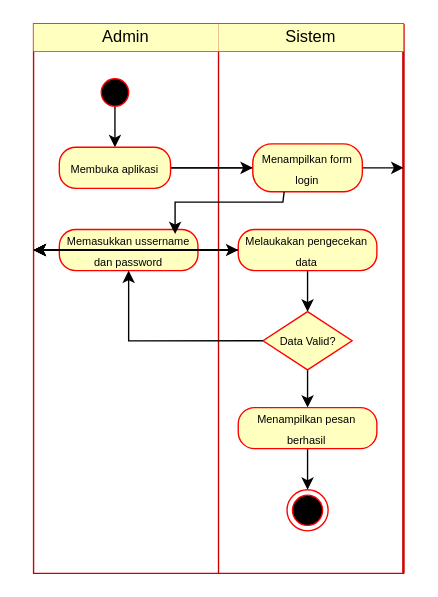
Earlier version of the draw.io diagram usecase.drawio (ocawidiahara/oca-web-pertama). Source tidied: cells renumbered, new cells numbered last; positions are measured from the earlier drawing's top-left corner, leaving out a move shared by most shapes. Both pictures are drawn from the tidied source at 137%, with x=0, y=0 at pixel (33, 23).
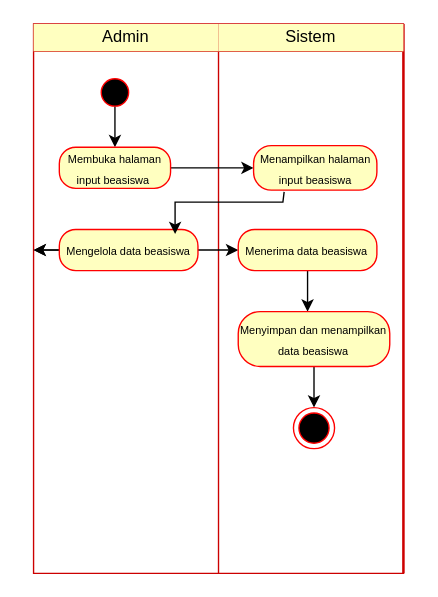
After the change.

Unchanged cells that the change refers to:
```xml
<mxCell id="9" style="whiteSpace=wrap;html=1;fillColor=#ffffc0;strokeColor=#ff0000;fontColor=#000000;rounded=1;arcSize=40;" parent="6" vertex="1">
  <mxGeometry x="270" height="381" as="geometry" />
</mxCell>
<mxCell id="12" style="rhombus;whiteSpace=wrap;html=1;fillColor=#ffffc0;strokeColor=#ff0000;fontColor=#000000;rounded=1;arcSize=40;" parent="6" vertex="1">
  <mxGeometry height="381" as="geometry" />
</mxCell>
<mxCell id="13" style="rhombus;whiteSpace=wrap;html=1;fillColor=#ffffc0;strokeColor=#ff0000;fontColor=#000000;rounded=1;arcSize=40;" parent="6" vertex="1">
  <mxGeometry height="381" as="geometry" />
</mxCell>
<mxCell id="14" style="rhombus;whiteSpace=wrap;html=1;fillColor=#ffffc0;strokeColor=#ff0000;fontColor=#000000;rounded=1;arcSize=40;" parent="6" vertex="1">
  <mxGeometry height="381" as="geometry" />
</mxCell>
```

What changed in the source:
```diff
@@
-    <mxCell id="17" style="edgeStyle=orthogonalEdgeStyle;rounded=0;jettySize=auto;html=1;" parent="1" edge="1" source="19" target="9">
-      <mxGeometry relative="1" as="geometry" />
-    </mxCell>
@@
-    <mxCell id="19" value="&lt;font style=&quot;font-size: 8px;&quot;&gt;Membuka aplikasi&lt;/font&gt;" style="rounded=1;whiteSpace=wrap;html=1;arcSize=40;fontColor=#000000;fillColor=#ffffc0;strokeColor=#ff0000;" parent="1" vertex="1">
+    <mxCell id="19" value="&lt;font style=&quot;font-size: 8px;&quot;&gt;Membuka halaman input beasiswa&amp;nbsp;&lt;/font&gt;" style="rounded=1;whiteSpace=wrap;html=1;arcSize=40;fontColor=#000000;fillColor=#ffffc0;strokeColor=#ff0000;" parent="1" vertex="1">
       <mxGeometry x="18.8" y="90" width="81.2" height="30" as="geometry" />
     </mxCell>
-    <mxCell id="20" value="&lt;font style=&quot;font-size: 8px;&quot;&gt;Menampilkan form login&lt;/font&gt;" style="rounded=1;whiteSpace=wrap;html=1;arcSize=40;fontColor=#000000;fillColor=#ffffc0;strokeColor=#ff0000;" parent="1" vertex="1">
-      <mxGeometry x="160" y="87.5" width="80" height="35" as="geometry" />
+    <mxCell id="20" value="&lt;font style=&quot;font-size: 8px;&quot;&gt;Menampilkan halaman input beasiswa&lt;/font&gt;" style="rounded=1;whiteSpace=wrap;html=1;arcSize=40;fontColor=#000000;fillColor=#ffffc0;strokeColor=#ff0000;" parent="1" vertex="1">
+      <mxGeometry x="160.6" y="88.8" width="90" height="32.5" as="geometry" />
     </mxCell>
@@
-    <mxCell id="24" value="&lt;span style=&quot;background-color: transparent; color: light-dark(rgb(0, 0, 0), rgb(237, 237, 237)); font-size: 8px;&quot;&gt;Memasukkan ussername dan password&lt;/span&gt;" style="rounded=1;whiteSpace=wrap;html=1;arcSize=40;fontColor=#000000;fillColor=#ffffc0;strokeColor=#ff0000;" parent="1" vertex="1">
+    <mxCell id="24" value="&lt;span style=&quot;background-color: transparent; color: light-dark(rgb(0, 0, 0), rgb(237, 237, 237)); font-size: 8px;&quot;&gt;Mengelola data beasiswa&lt;/span&gt;" style="rounded=1;whiteSpace=wrap;html=1;arcSize=40;fontColor=#000000;fillColor=#ffffc0;strokeColor=#ff0000;" parent="1" vertex="1">
       <mxGeometry x="18.8" y="150" width="101.2" height="30" as="geometry" />
     </mxCell>
@@
-    <mxCell id="26" style="edgeStyle=orthogonalEdgeStyle;rounded=0;jettySize=auto;html=1;" parent="1" edge="1" source="30" target="12">
-      <mxGeometry relative="1" as="geometry" />
-    </mxCell>
-    <mxCell id="27" style="edgeStyle=orthogonalEdgeStyle;rounded=0;jettySize=auto;html=1;" parent="1" edge="1" source="30" target="13">
-      <mxGeometry relative="1" as="geometry" />
-    </mxCell>
-    <mxCell id="28" style="edgeStyle=orthogonalEdgeStyle;rounded=0;jettySize=auto;html=1;" parent="1" edge="1" source="30" target="14">
-      <mxGeometry relative="1" as="geometry" />
-    </mxCell>
-    <mxCell id="29" style="edgeStyle=orthogonalEdgeStyle;rounded=0;jettySize=auto;html=1;" parent="1" edge="1" source="30" target="32">
-      <mxGeometry relative="1" as="geometry" />
+    <mxCell id="29" style="edgeStyle=orthogonalEdgeStyle;rounded=0;jettySize=auto;html=1;" parent="1" edge="1" source="30">
+      <mxGeometry relative="1" as="geometry">
+        <mxPoint x="200" y="210" as="targetPoint" />
+      </mxGeometry>
     </mxCell>
-    <mxCell id="30" value="&lt;span style=&quot;background-color: transparent; color: light-dark(rgb(0, 0, 0), rgb(237, 237, 237)); font-size: 8px;&quot;&gt;Melaukakan pengecekan data&lt;/span&gt;" style="rounded=1;whiteSpace=wrap;html=1;arcSize=40;fontColor=#000000;fillColor=#ffffc0;strokeColor=#ff0000;" parent="1" vertex="1">
+    <mxCell id="30" value="&lt;span style=&quot;background-color: transparent; color: light-dark(rgb(0, 0, 0), rgb(237, 237, 237)); font-size: 8px;&quot;&gt;Menerima data beasiswa&lt;/span&gt;" style="rounded=1;whiteSpace=wrap;html=1;arcSize=40;fontColor=#000000;fillColor=#ffffc0;strokeColor=#ff0000;" parent="1" vertex="1">
       <mxGeometry x="149.4" y="150" width="101.2" height="30" as="geometry" />
     </mxCell>
-    <mxCell id="31" style="edgeStyle=orthogonalEdgeStyle;rounded=0;jettySize=auto;html=1;" parent="1" edge="1" source="32" target="35">
-      <mxGeometry relative="1" as="geometry" />
-    </mxCell>
-    <mxCell id="32" value="&lt;font style=&quot;font-size: 8px;&quot;&gt;Data Valid?&lt;/font&gt;" style="rhombus;whiteSpace=wrap;html=1;fillColor=#ffffc0;strokeColor=#ff0000;fontColor=#000000;rounded=0;arcSize=40;" parent="1" vertex="1">
-      <mxGeometry x="167.5" y="210" width="65" height="42.5" as="geometry" />
-    </mxCell>
-    <mxCell id="33" style="edgeStyle=orthogonalEdgeStyle;rounded=0;jettySize=auto;html=1;entryX=0.5;entryY=1;entryDx=0;entryDy=0;exitX=0;exitY=0.5;exitDx=0;exitDy=0;" parent="1" edge="1" source="32" target="24">
-      <mxGeometry relative="1" as="geometry">
-        <Array as="points">
-          <mxPoint x="69" y="231" />
-        </Array>
-      </mxGeometry>
-    </mxCell>
@@
-    <mxCell id="35" value="&lt;span style=&quot;background-color: transparent; color: light-dark(rgb(0, 0, 0), rgb(237, 237, 237)); font-size: 8px;&quot;&gt;Menampilkan pesan berhasil&lt;/span&gt;" style="rounded=1;whiteSpace=wrap;html=1;arcSize=40;fontColor=#000000;fillColor=#ffffc0;strokeColor=#ff0000;" parent="1" vertex="1">
-      <mxGeometry x="149.4" y="280" width="101.2" height="30" as="geometry" />
+    <mxCell id="35" value="&lt;span style=&quot;background-color: transparent; color: light-dark(rgb(0, 0, 0), rgb(237, 237, 237)); font-size: 8px;&quot;&gt;Menyimpan dan menampilkan data beasiswa&lt;/span&gt;" style="rounded=1;whiteSpace=wrap;html=1;arcSize=40;fontColor=#000000;fillColor=#ffffc0;strokeColor=#ff0000;" parent="1" vertex="1">
+      <mxGeometry x="149.4" y="210" width="110.6" height="40" as="geometry" />
     </mxCell>
     <mxCell id="36" style="ellipse;html=1;shape=endState;fillColor=#000000;strokeColor=#ff0000;" parent="1" vertex="1">
-      <mxGeometry x="185" y="340" width="30" height="30" as="geometry" />
+      <mxGeometry x="189.7" y="280" width="30" height="30" as="geometry" />
     </mxCell>
```
